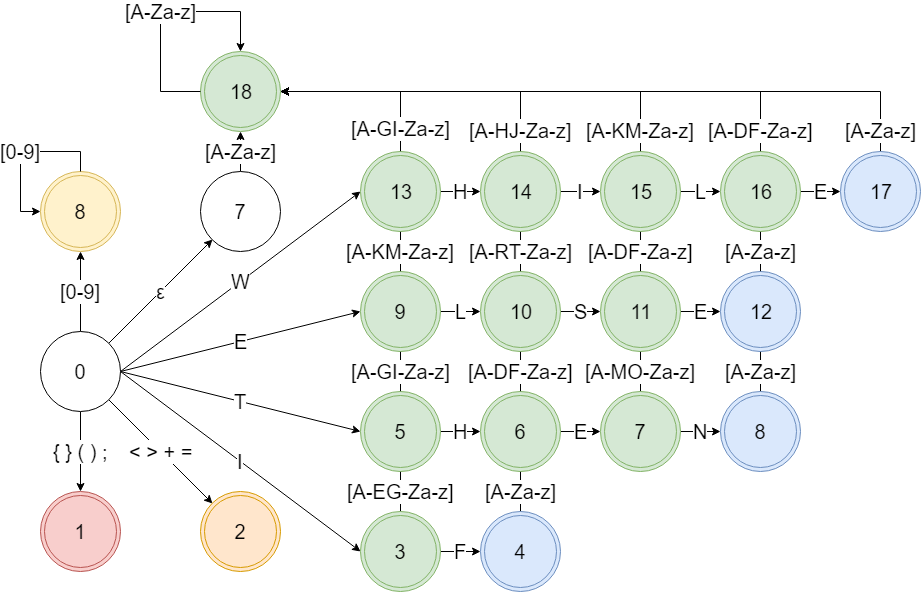
Before: scanner/image/nfa.png, a diagram exported from draw.io (Orb-H/PLCOMP_Assignment). Source tidied: cells renumbered, new cells last; positions are measured from the earlier drawing's top-left corner, leaving out a move shared by most shapes.
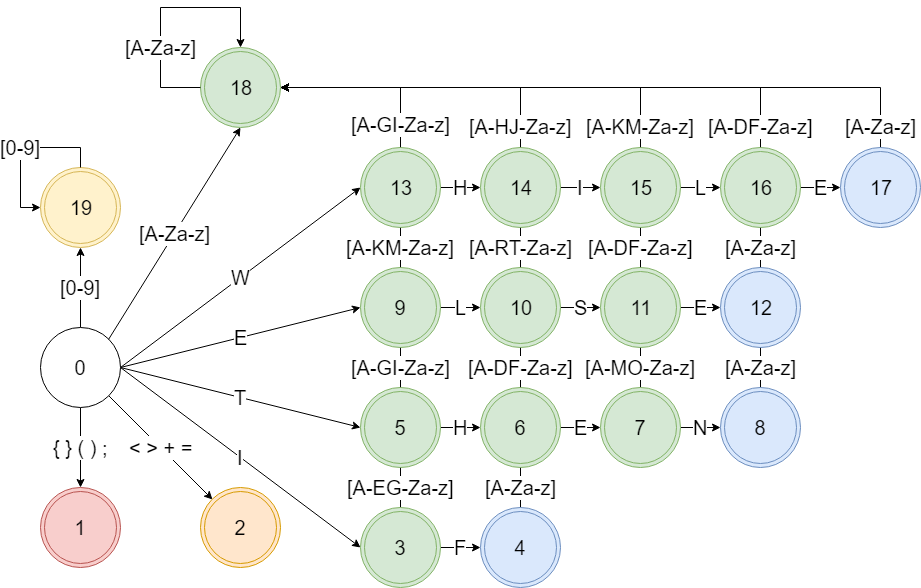
Later version of the same file.

The edit, as a diff of the source:
```diff
@@ -20,9 +20,6 @@
     <mxCell id="7" value="W" style="edgeStyle=none;rounded=0;jettySize=auto;html=1;exitX=1;exitY=0.5;exitDx=0;exitDy=0;entryX=0;entryY=0.5;entryDx=0;entryDy=0;fontSize=20;" parent="1" edge="1" source="10" target="24">
       <mxGeometry relative="1" as="geometry" />
     </mxCell>
-    <mxCell id="8" value="ε" style="edgeStyle=none;rounded=0;jettySize=auto;html=1;exitX=1;exitY=0;exitDx=0;exitDy=0;entryX=0;entryY=1;entryDx=0;entryDy=0;fontSize=20;" parent="1" edge="1" source="10" target="27">
-      <mxGeometry relative="1" as="geometry" />
-    </mxCell>
     <mxCell id="9" value="[0-9]" style="edgeStyle=none;rounded=0;jettySize=auto;html=1;exitX=0.5;exitY=0;exitDx=0;exitDy=0;entryX=0.5;entryY=1;entryDx=0;entryDy=0;fontSize=20;" parent="1" edge="1" source="10" target="25">
       <mxGeometry relative="1" as="geometry" />
     </mxCell>
@@ -71,15 +68,12 @@
     <mxCell id="24" value="13" style="ellipse;shape=doubleEllipse;whiteSpace=wrap;html=1;fontSize=20;fillColor=#d5e8d4;strokeColor=#82b366;" parent="1" vertex="1">
       <mxGeometry x="340" y="140" width="80" height="80" as="geometry" />
     </mxCell>
-    <mxCell id="25" value="8" style="ellipse;shape=doubleEllipse;whiteSpace=wrap;html=1;fontSize=20;fillColor=#fff2cc;strokeColor=#d6b656;" parent="1" vertex="1">
+    <mxCell id="25" value="19" style="ellipse;shape=doubleEllipse;whiteSpace=wrap;html=1;fontSize=20;fillColor=#fff2cc;strokeColor=#d6b656;" parent="1" vertex="1">
       <mxGeometry x="20" y="160" width="80" height="80" as="geometry" />
     </mxCell>
-    <mxCell id="26" value="[A-Za-z]" style="edgeStyle=none;rounded=0;jettySize=auto;html=1;exitX=0.5;exitY=0;exitDx=0;exitDy=0;entryX=0.5;entryY=1;entryDx=0;entryDy=0;fontSize=20;" parent="1" edge="1" source="27" target="57">
+    <mxCell id="26" value="[A-Za-z]" style="edgeStyle=none;rounded=0;jettySize=auto;html=1;exitX=1;exitY=0;exitDx=0;exitDy=0;entryX=0.5;entryY=1;entryDx=0;entryDy=0;fontSize=20;" parent="1" edge="1" source="10" target="57">
       <mxGeometry relative="1" as="geometry" />
     </mxCell>
-    <mxCell id="27" value="7" style="ellipse;whiteSpace=wrap;html=1;fontSize=20;" parent="1" vertex="1">
-      <mxGeometry x="180" y="160" width="80" height="80" as="geometry" />
-    </mxCell>
     <mxCell id="28" value="[A-Za-z]" style="edgeStyle=orthogonalEdgeStyle;rounded=0;jettySize=auto;html=1;exitX=0.5;exitY=0;exitDx=0;exitDy=0;entryX=1;entryY=0.5;entryDx=0;entryDy=0;fontSize=20;" parent="1" edge="1" source="29" target="57">
       <mxGeometry x="-0.94" relative="1" as="geometry" />
     </mxCell>
@@ -171,7 +165,7 @@
       <mxGeometry x="180" y="40" width="80" height="80" as="geometry" />
     </mxCell>
     <mxCell id="58" value="[A-Za-z]" style="edgeStyle=orthogonalEdgeStyle;rounded=0;orthogonalLoop=1;jettySize=auto;html=1;exitX=0;exitY=0.5;exitDx=0;exitDy=0;entryX=0.5;entryY=0;entryDx=0;entryDy=0;fontSize=20;" parent="1" edge="1" source="57" target="57">
-      <mxGeometry relative="1" as="geometry">
+      <mxGeometry x="-0.33" relative="1" as="geometry">
         <Array as="points">
           <mxPoint x="140" y="80" />
           <mxPoint x="140" />
```
